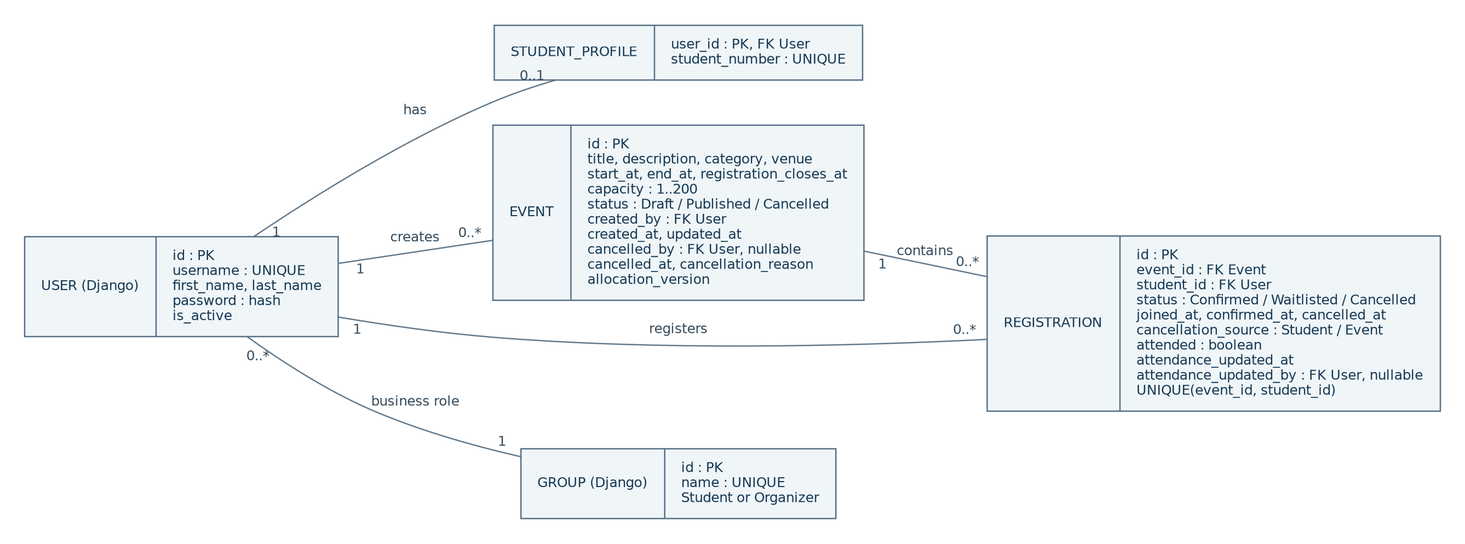
alamshahriya1-cpu/campus-event-management keeps this Graphviz diagram as docs/diagrams/03_entity_relationships.png. Above is the earlier version. Its source is kept beside it as docs/diagrams/source/03_entity_relationships.dot.
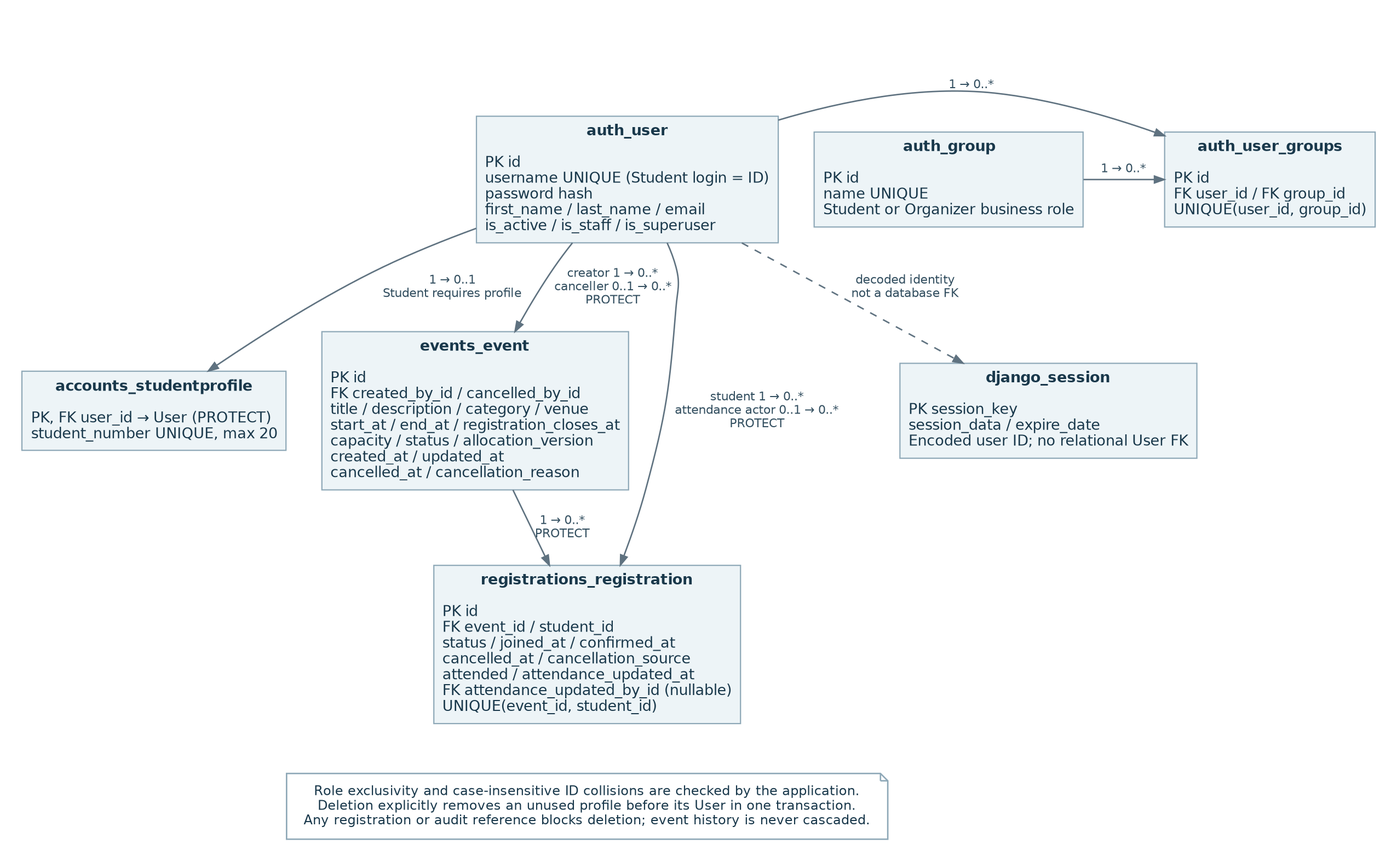
After the commit.

Change to the diagram source:
```diff
@@ -1,16 +1,33 @@
-digraph ERD {
-graph [bgcolor="white", fontname="DejaVu Sans", pad="0.25", nodesep="0.45", ranksep="0.65"];
-node [fontname="DejaVu Sans", fontsize=12, color="#567086", fontcolor="#173B56", style="rounded,filled", fillcolor="#F0F5F8", shape=box, margin="0.16,0.12"];
-edge [fontname="DejaVu Sans", fontsize=10, color="#63798B", fontcolor="#374D5E", arrowsize=0.75];
-rankdir=LR; node [shape=record,style=filled,fontsize=10];
-user [label="{USER (Django)|id : PK\lusername : UNIQUE\lfirst_name, last_name\lpassword : hash\lis_active\l}"];
-profile [label="{STUDENT_PROFILE|user_id : PK, FK User\lstudent_number : UNIQUE\l}"];
-event [label="{EVENT|id : PK\ltitle, description, category, venue\lstart_at, end_at, registration_closes_at\lcapacity : 1..200\lstatus : Draft / Published / Cancelled\lcreated_by : FK User\lcreated_at, updated_at\lcancelled_by : FK User, nullable\lcancelled_at, cancellation_reason\lallocation_version\l}"];
-registration [label="{REGISTRATION|id : PK\levent_id : FK Event\lstudent_id : FK User\lstatus : Confirmed / Waitlisted / Cancelled\ljoined_at, confirmed_at, cancelled_at\lcancellation_source : Student / Event\lattended : boolean\lattendance_updated_at\lattendance_updated_by : FK User, nullable\lUNIQUE(event_id, student_id)\l}"];
-group [label="{GROUP (Django)|id : PK\lname : UNIQUE\lStudent or Organizer\l}"];
-user -> profile [label="has",taillabel="1",headlabel="0..1",dir=none,labeldistance=1.7];
-user -> event [label="creates",taillabel="1",headlabel="0..*",dir=none,labeldistance=1.7];
-user -> registration [label="registers",taillabel="1",headlabel="0..*",dir=none,labeldistance=1.7];
-event -> registration [label="contains",taillabel="1",headlabel="0..*",dir=none,labeldistance=1.7];
-user -> group [label="business role",taillabel="0..*",headlabel="1",dir=none,labeldistance=1.7];
+digraph G {
+graph [bgcolor="white", pad="0.25", nodesep="0.40", ranksep="0.55", fontname="DejaVu Sans", fontsize=13];
+node [shape=box, style="rounded,filled", fillcolor="#EDF4F7", color="#8EA8B7", fontcolor="#19384B", fontname="DejaVu Sans", fontsize=13, margin="0.20,0.13", penwidth=1.2];
+edge [color="#5F7280", fontcolor="#334F60", fontname="DejaVu Sans", fontsize=10, arrowsize=0.8, penwidth=1.2];
+rankdir=TB; node [shape=record,style=filled,fontsize=12];
+u [shape=plain,style="",label=<<TABLE BORDER="1" CELLBORDER="0" CELLSPACING="0" CELLPADDING="6" COLOR="#8EA8B7" BGCOLOR="#EDF4F7"><TR><TD><B>auth_user</B></TD></TR><TR><TD ALIGN="LEFT">PK id<BR ALIGN="LEFT"/>username UNIQUE (Student login = ID)<BR ALIGN="LEFT"/>password hash<BR ALIGN="LEFT"/>first_name / last_name / email<BR ALIGN="LEFT"/>is_active / is_staff / is_superuser<BR ALIGN="LEFT"/></TD></TR></TABLE>>];
+p [shape=plain,style="",label=<<TABLE BORDER="1" CELLBORDER="0" CELLSPACING="0" CELLPADDING="6" COLOR="#8EA8B7" BGCOLOR="#EDF4F7"><TR><TD><B>accounts_studentprofile</B></TD></TR><TR><TD ALIGN="LEFT">PK, FK user_id → User (PROTECT)<BR ALIGN="LEFT"/>student_number UNIQUE, max 20<BR ALIGN="LEFT"/></TD></TR></TABLE>>];
+g [shape=plain,style="",label=<<TABLE BORDER="1" CELLBORDER="0" CELLSPACING="0" CELLPADDING="6" COLOR="#8EA8B7" BGCOLOR="#EDF4F7"><TR><TD><B>auth_group</B></TD></TR><TR><TD ALIGN="LEFT">PK id<BR ALIGN="LEFT"/>name UNIQUE<BR ALIGN="LEFT"/>Student or Organizer business role<BR ALIGN="LEFT"/></TD></TR></TABLE>>];
+ug [shape=plain,style="",label=<<TABLE BORDER="1" CELLBORDER="0" CELLSPACING="0" CELLPADDING="6" COLOR="#8EA8B7" BGCOLOR="#EDF4F7"><TR><TD><B>auth_user_groups</B></TD></TR><TR><TD ALIGN="LEFT">PK id<BR ALIGN="LEFT"/>FK user_id / FK group_id<BR ALIGN="LEFT"/>UNIQUE(user_id, group_id)<BR ALIGN="LEFT"/></TD></TR></TABLE>>];
+e [shape=plain,style="",label=<<TABLE BORDER="1" CELLBORDER="0" CELLSPACING="0" CELLPADDING="6" COLOR="#8EA8B7" BGCOLOR="#EDF4F7"><TR><TD><B>events_event</B></TD></TR><TR><TD ALIGN="LEFT">PK id<BR ALIGN="LEFT"/>FK created_by_id / cancelled_by_id<BR ALIGN="LEFT"/>title / description / category / venue<BR ALIGN="LEFT"/>start_at / end_at / registration_closes_at<BR ALIGN="LEFT"/>capacity / status / allocation_version<BR ALIGN="LEFT"/>created_at / updated_at<BR ALIGN="LEFT"/>cancelled_at / cancellation_reason<BR ALIGN="LEFT"/></TD></TR></TABLE>>];
+r [shape=plain,style="",label=<<TABLE BORDER="1" CELLBORDER="0" CELLSPACING="0" CELLPADDING="6" COLOR="#8EA8B7" BGCOLOR="#EDF4F7"><TR><TD><B>registrations_registration</B></TD></TR><TR><TD ALIGN="LEFT">PK id<BR ALIGN="LEFT"/>FK event_id / student_id<BR ALIGN="LEFT"/>status / joined_at / confirmed_at<BR ALIGN="LEFT"/>cancelled_at / cancellation_source<BR ALIGN="LEFT"/>attended / attendance_updated_at<BR ALIGN="LEFT"/>FK attendance_updated_by_id (nullable)<BR ALIGN="LEFT"/>UNIQUE(event_id, student_id)<BR ALIGN="LEFT"/></TD></TR></TABLE>>];
+s [shape=plain,style="",label=<<TABLE BORDER="1" CELLBORDER="0" CELLSPACING="0" CELLPADDING="6" COLOR="#8EA8B7" BGCOLOR="#EDF4F7"><TR><TD><B>django_session</B></TD></TR><TR><TD ALIGN="LEFT">PK session_key<BR ALIGN="LEFT"/>session_data / expire_date<BR ALIGN="LEFT"/>Encoded user ID; no relational User FK<BR ALIGN="LEFT"/></TD></TR></TABLE>>];
+{rank=same;g;ug;u;}
+{rank=same;e;p;s;}
+u -> p [label="1 → 0..1
+Student requires profile"];
+u -> ug [label="1 → 0..*"];
+g -> ug [label="1 → 0..*"];
+u -> e [label="creator 1 → 0..*
+canceller 0..1 → 0..*
+PROTECT"];
+u -> r [label="student 1 → 0..*
+attendance actor 0..1 → 0..*
+PROTECT"];
+e -> r [label="1 → 0..*
+PROTECT"];
+u -> s [style=dashed,label="decoded identity
+not a database FK"];
+note [shape=note,label="Role exclusivity and case-insensitive ID collisions are checked by the application.
+Deletion explicitly removes an unused profile before its User in one transaction.
+Any registration or audit reference blocks deletion; event history is never cascaded.",fillcolor="white",fontsize=11];
+r -> note [style=invis];
 }
```
